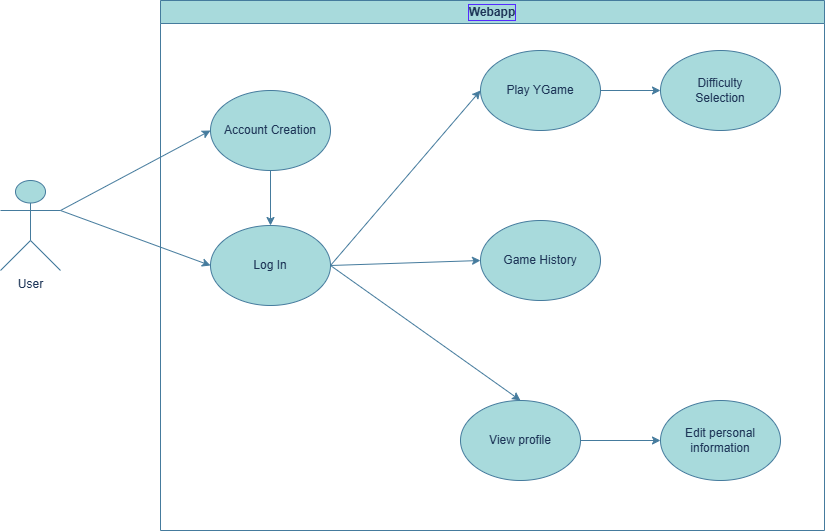
Arquisoft/yovi_es3b keeps this draw.io diagram as docs/images/UseCasesYovi.png. Above is the earlier version. Source tidied: cells renumbered, new cells last; positions are measured from the earlier drawing's top-left corner, leaving out a move shared by most shapes.
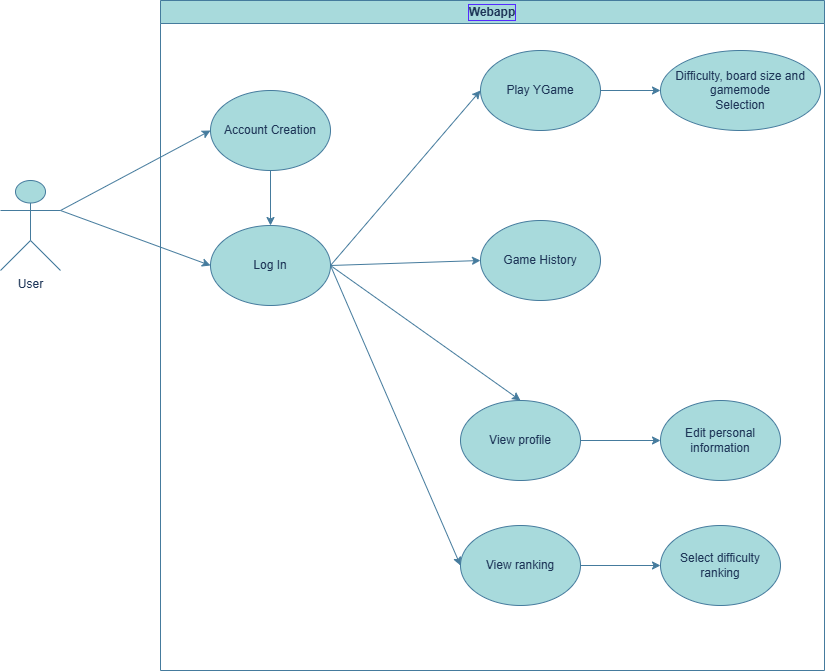
The same file after the commit.

Commit message:
Fixed old diagrams

The edit, as a diff of the source:
```diff
@@ -6,7 +6,7 @@
       <mxGeometry y="180" width="60" height="90" as="geometry" />
     </mxCell>
     <mxCell id="3" value="Webapp" style="swimlane;whiteSpace=wrap;html=1;labelBackgroundColor=none;labelBorderColor=#542AFF;textShadow=0;fillColor=#A8DADC;strokeColor=#457B9D;fontColor=#1D3557;" parent="1" vertex="1">
-      <mxGeometry x="160" width="664" height="530" as="geometry" />
+      <mxGeometry x="160" width="664" height="670" as="geometry" />
     </mxCell>
     <mxCell id="4" value="Play YGame" style="ellipse;whiteSpace=wrap;html=1;labelBackgroundColor=none;fillColor=#A8DADC;strokeColor=#457B9D;fontColor=#1D3557;" parent="3" vertex="1">
       <mxGeometry x="320" y="50" width="120" height="80" as="geometry" />
@@ -29,8 +29,8 @@
     <mxCell id="10" style="endArrow=classic;html=1;rounded=0;entryX=0;entryY=0.5;entryDx=0;entryDy=0;exitX=1;exitY=0.5;exitDx=0;exitDy=0;labelBackgroundColor=none;strokeColor=#457B9D;fontColor=default;" parent="3" edge="1" source="6" target="5">
       <mxGeometry relative="1" as="geometry" />
     </mxCell>
-    <mxCell id="11" value="Difficulty&lt;div&gt;Selection&lt;/div&gt;" style="ellipse;whiteSpace=wrap;html=1;labelBackgroundColor=none;fillColor=#A8DADC;strokeColor=#457B9D;fontColor=#1D3557;" parent="3" vertex="1">
-      <mxGeometry x="500" y="50" width="120" height="80" as="geometry" />
+    <mxCell id="11" value="Difficulty, board size and gamemode&lt;div&gt;Selection&lt;/div&gt;" style="ellipse;whiteSpace=wrap;html=1;labelBackgroundColor=none;fillColor=#A8DADC;strokeColor=#457B9D;fontColor=#1D3557;" parent="3" vertex="1">
+      <mxGeometry x="500" y="50" width="160" height="80" as="geometry" />
     </mxCell>
     <mxCell id="12" style="endArrow=classic;html=1;rounded=0;entryX=0;entryY=0.5;entryDx=0;entryDy=0;exitX=1;exitY=0.5;exitDx=0;exitDy=0;labelBackgroundColor=none;strokeColor=#457B9D;fontColor=default;" parent="3" edge="1" source="4" target="11">
       <mxGeometry relative="1" as="geometry" />
@@ -47,6 +47,18 @@
     <mxCell id="16" style="endArrow=classic;html=1;rounded=0;entryX=0;entryY=0.5;entryDx=0;entryDy=0;exitX=1;exitY=0.5;exitDx=0;exitDy=0;labelBackgroundColor=none;strokeColor=#457B9D;fontColor=default;" parent="3" edge="1" source="13" target="14">
       <mxGeometry relative="1" as="geometry" />
     </mxCell>
+    <mxCell id="19" value="View ranking" style="ellipse;whiteSpace=wrap;html=1;labelBackgroundColor=none;fillColor=#A8DADC;strokeColor=#457B9D;fontColor=#1D3557;" parent="3" vertex="1">
+      <mxGeometry x="300" y="525" width="120" height="80" as="geometry" />
+    </mxCell>
+    <mxCell id="20" value="Select difficulty ranking" style="ellipse;whiteSpace=wrap;html=1;labelBackgroundColor=none;fillColor=#A8DADC;strokeColor=#457B9D;fontColor=#1D3557;" parent="3" vertex="1">
+      <mxGeometry x="500" y="525" width="120" height="80" as="geometry" />
+    </mxCell>
+    <mxCell id="21" style="endArrow=classic;html=1;rounded=0;entryX=0;entryY=0.5;entryDx=0;entryDy=0;exitX=1;exitY=0.5;exitDx=0;exitDy=0;labelBackgroundColor=none;strokeColor=#457B9D;fontColor=default;" parent="3" edge="1" source="19" target="20">
+      <mxGeometry relative="1" as="geometry" />
+    </mxCell>
+    <mxCell id="22" style="endArrow=classic;html=1;rounded=0;entryX=0;entryY=0.5;entryDx=0;entryDy=0;exitX=1;exitY=0.5;exitDx=0;exitDy=0;labelBackgroundColor=none;strokeColor=#457B9D;fontColor=default;" parent="3" edge="1" source="6" target="19">
+      <mxGeometry relative="1" as="geometry" />
+    </mxCell>
     <mxCell id="17" style="endArrow=classic;html=1;rounded=0;entryX=0;entryY=0.5;entryDx=0;entryDy=0;exitX=1;exitY=0.3333333333333333;exitDx=0;exitDy=0;exitPerimeter=0;labelBackgroundColor=none;strokeColor=#457B9D;fontColor=default;" parent="1" edge="1" source="2" target="7">
       <mxGeometry relative="1" as="geometry" />
     </mxCell>
```
